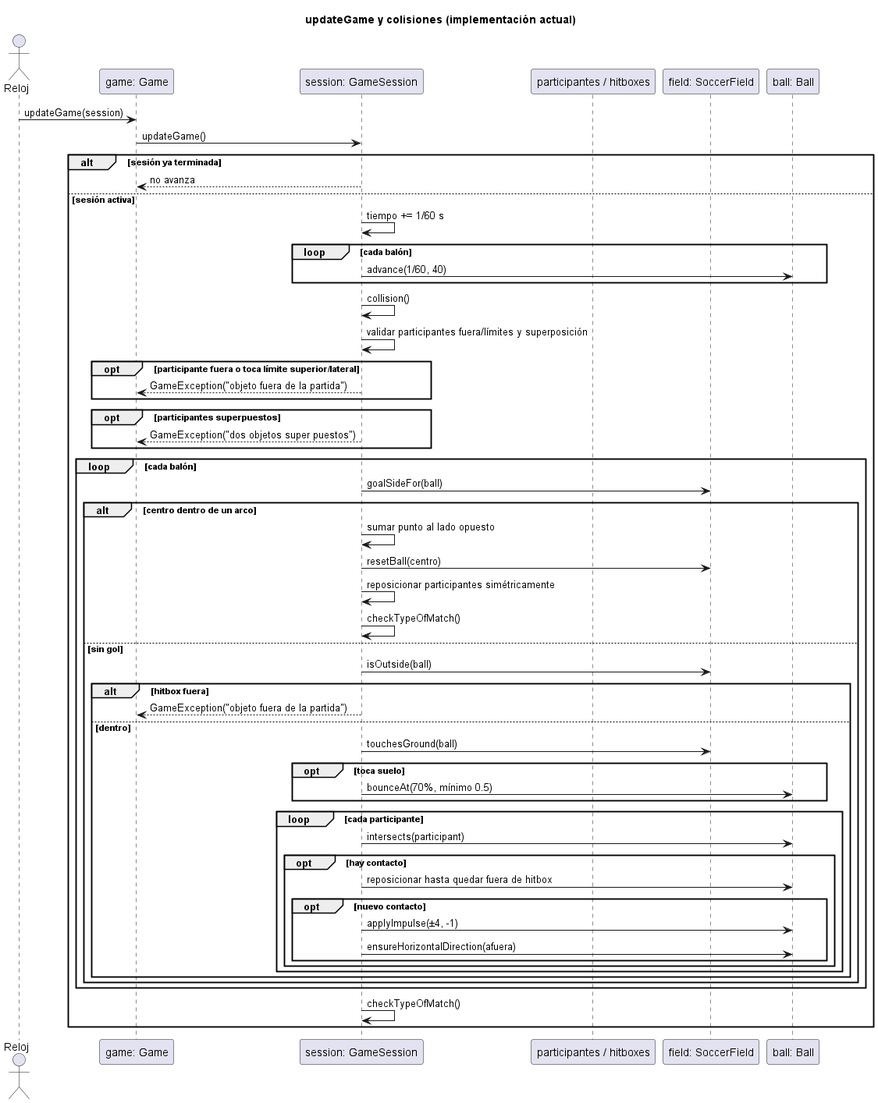
Above: docs/uml/capturas/domain-sequences_007.png in PaglkG/ProyectoFinal-Dopo (PlantUML), before the change. The source it was exported from:
```plantuml
@startuml
title updateGame y colisiones (implementación actual)
actor Reloj
participant "game: Game" as G
participant "session: GameSession" as S
participant "participantes / hitboxes" as P
participant "field: SoccerField" as F
participant "ball: Ball" as B
Reloj -> G: updateGame(session)
G -> S: updateGame()
alt sesión ya terminada
  S --> G: no avanza
else sesión activa
  S -> S: tiempo += 1/60 s
  loop cada balón
    S -> B: advance(1/60, 40)
  end
  S -> S: collision()
  S -> S: validar participantes fuera/límites y superposición
  opt participante fuera o toca límite superior/lateral
    S --> G: GameException("objeto fuera de la partida")
  end
  opt participantes superpuestos
    S --> G: GameException("dos objetos super puestos")
  end
  loop cada balón
    S -> F: goalSideFor(ball)
    alt centro dentro de un arco
      S -> S: sumar punto al lado opuesto
      S -> F: resetBall(centro)
      S -> S: reposicionar participantes simétricamente
      S -> S: checkTypeOfMatch()
    else sin gol
      S -> F: isOutside(ball)
      alt hitbox fuera
        S --> G: GameException("objeto fuera de la partida")
      else dentro
        S -> F: touchesGround(ball)
        opt toca suelo
          S -> B: bounceAt(70%, mínimo 0.5)
        end
        loop cada participante
          S -> B: intersects(participant)
          opt hay contacto
            S -> B: reposicionar hasta quedar fuera de hitbox
            opt nuevo contacto
              S -> B: applyImpulse(±4, -1)
              S -> B: ensureHorizontalDirection(afuera)
            end
          end
        end
      end
    end
  end
  S -> S: checkTypeOfMatch()
end
@enduml
```
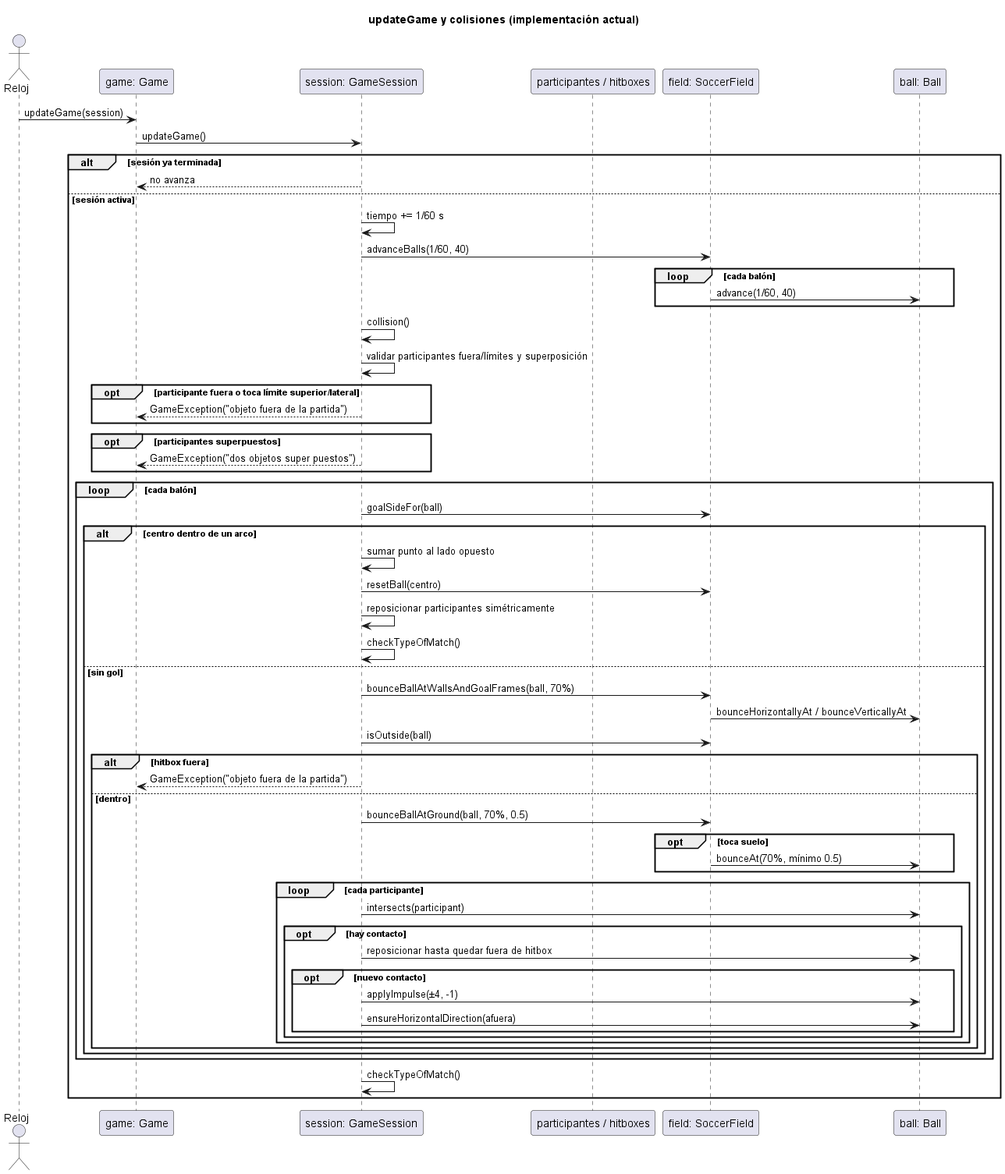
Above is the later version.

The edit, as a diff of the source:
```diff
@@ -12,8 +12,9 @@
   S --> G: no avanza
 else sesión activa
   S -> S: tiempo += 1/60 s
+  S -> F: advanceBalls(1/60, 40)
   loop cada balón
-    S -> B: advance(1/60, 40)
+    F -> B: advance(1/60, 40)
   end
   S -> S: collision()
   S -> S: validar participantes fuera/límites y superposición
@@ -31,13 +32,15 @@
       S -> S: reposicionar participantes simétricamente
       S -> S: checkTypeOfMatch()
     else sin gol
+      S -> F: bounceBallAtWallsAndGoalFrames(ball, 70%)
+      F -> B: bounceHorizontallyAt / bounceVerticallyAt
       S -> F: isOutside(ball)
       alt hitbox fuera
         S --> G: GameException("objeto fuera de la partida")
       else dentro
-        S -> F: touchesGround(ball)
+        S -> F: bounceBallAtGround(ball, 70%, 0.5)
         opt toca suelo
-          S -> B: bounceAt(70%, mínimo 0.5)
+          F -> B: bounceAt(70%, mínimo 0.5)
         end
         loop cada participante
           S -> B: intersects(participant)
```
